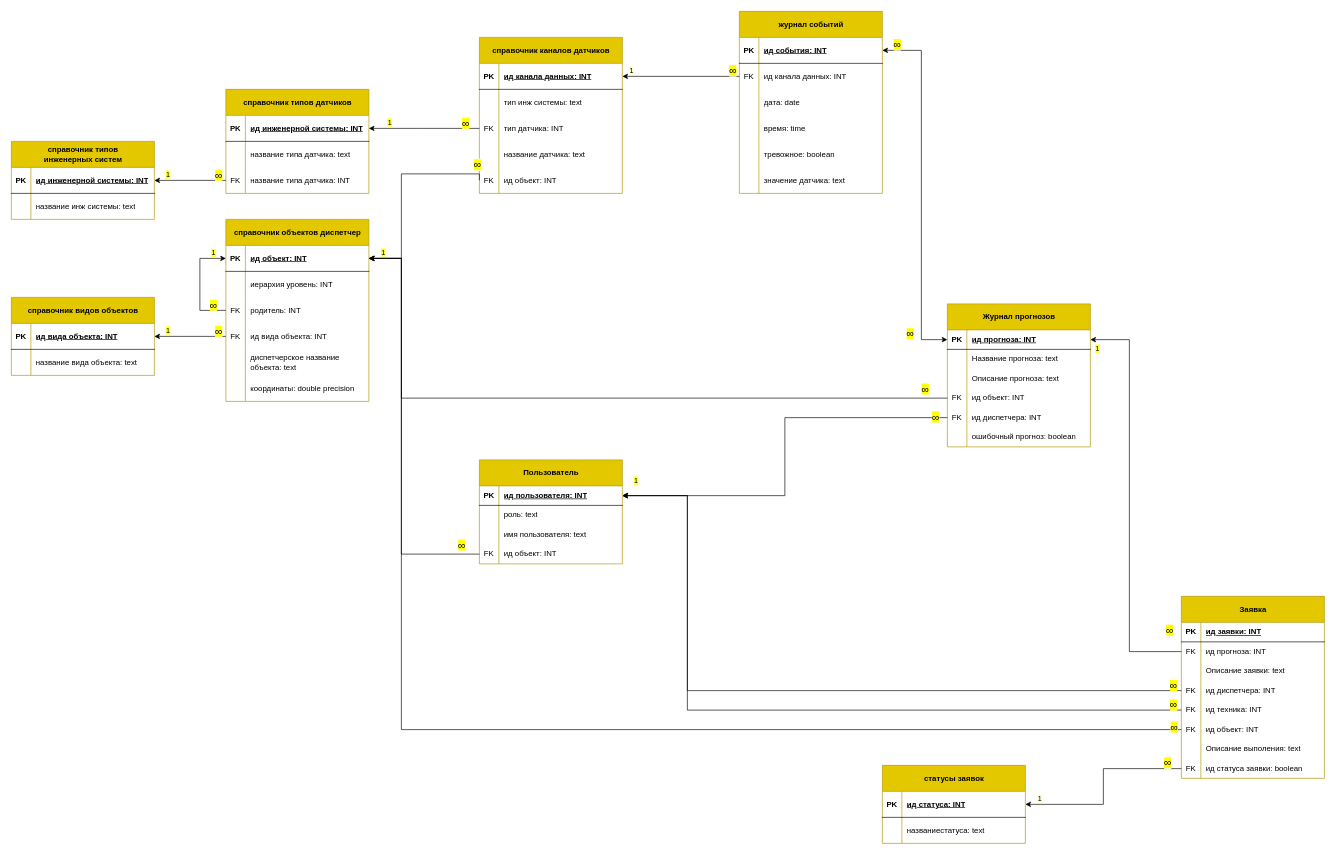
Before: page "ERL" (2 of 3) of docs/diagram/ER.drawio in sa100h/lct, a draw.io diagram. Source tidied: cells renumbered, new cells numbered last; positions are measured from the earlier drawing's top-left corner, leaving out a move shared by most shapes. Both pictures are drawn from the tidied source at 65%, with x=0, y=0 at pixel (11, 11).
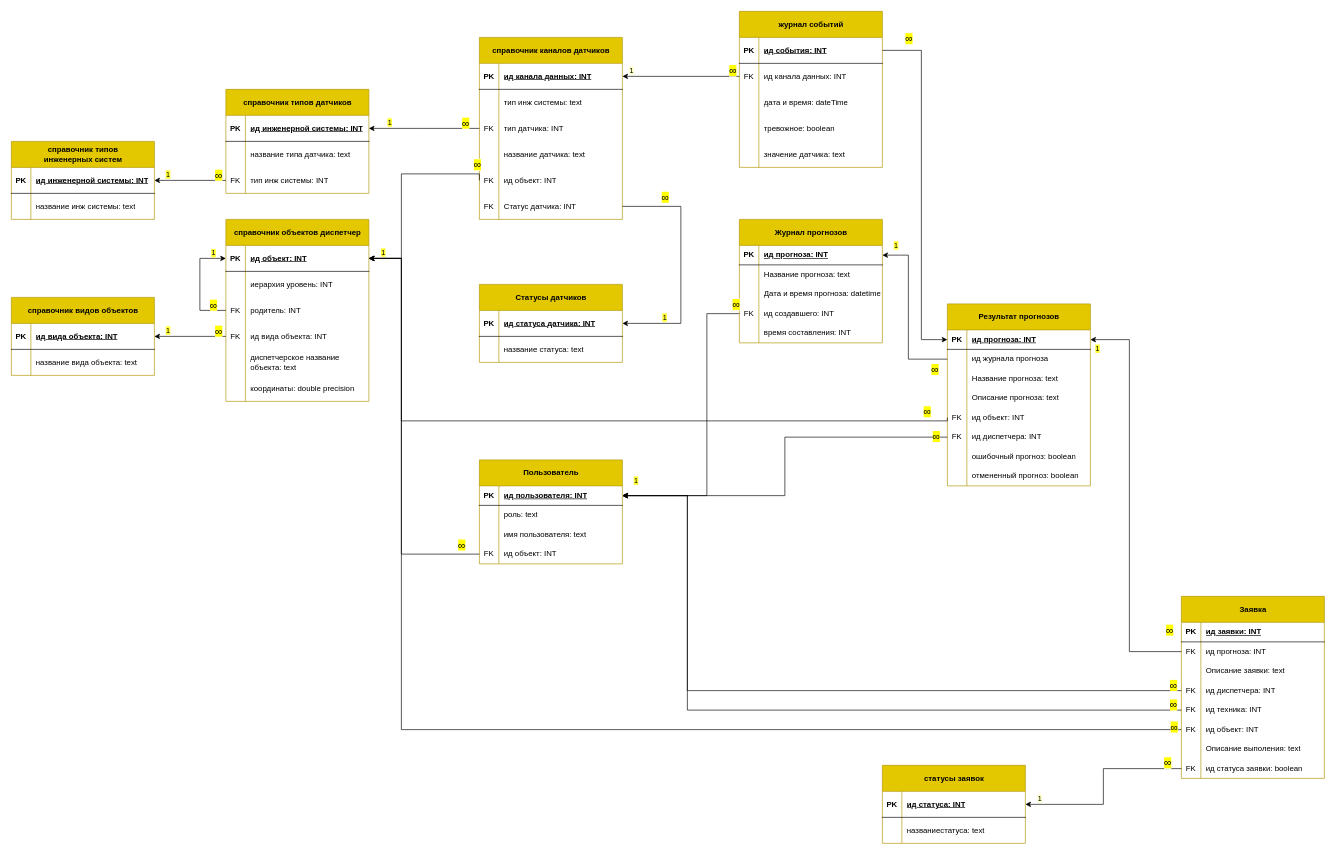
Above is the later version.

Commit message (it also covers changes not shown here):
Update diagrams (ER and BPMN)

Unchanged cells that the change refers to:
```xml
<mxCell id="3" style="shape=tableRow;horizontal=0;startSize=0;swimlaneHead=0;swimlaneBody=0;fillColor=none;points=[[0,0.5],[1,0.5]];portConstraint=eastwest;top=0;left=0;right=0;bottom=1;" parent="2" vertex="1">
  <mxGeometry y="40" width="220" height="40" as="geometry" />
</mxCell>
<mxCell id="41" style="shape=tableRow;horizontal=0;startSize=0;swimlaneHead=0;swimlaneBody=0;fillColor=none;points=[[0,0.5],[1,0.5]];portConstraint=eastwest;top=0;left=0;right=0;bottom=1;" parent="40" vertex="1">
  <mxGeometry y="40" width="220" height="40" as="geometry" />
</mxCell>
<mxCell id="47" style="shape=tableRow;horizontal=0;startSize=0;swimlaneHead=0;swimlaneBody=0;fillColor=none;top=0;left=0;right=0;bottom=0;" parent="40" vertex="1">
  <mxGeometry y="120" width="220" height="40" as="geometry" />
</mxCell>
<mxCell id="60" style="shape=tableRow;horizontal=0;startSize=0;swimlaneHead=0;swimlaneBody=0;fillColor=none;points=[[0,0.5],[1,0.5]];portConstraint=eastwest;top=0;left=0;right=0;bottom=1;" parent="59" vertex="1">
  <mxGeometry y="40" width="220" height="30" as="geometry" />
</mxCell>
<mxCell id="81" style="shape=tableRow;horizontal=0;startSize=0;swimlaneHead=0;swimlaneBody=0;fillColor=none;points=[[0,0.5],[1,0.5]];portConstraint=eastwest;top=0;left=0;right=0;bottom=1;" parent="80" vertex="1">
  <mxGeometry y="40" width="220" height="30" as="geometry" />
</mxCell>
<mxCell id="84" style="shape=tableRow;horizontal=0;startSize=0;swimlaneHead=0;swimlaneBody=0;fillColor=none;points=[[0,0.5],[1,0.5]];portConstraint=eastwest;top=0;left=0;right=0;bottom=0;" parent="80" vertex="1">
  <mxGeometry y="70" width="220" height="30" as="geometry" />
</mxCell>
<mxCell id="125" style="shape=tableRow;horizontal=0;startSize=0;swimlaneHead=0;swimlaneBody=0;fillColor=none;points=[[0,0.5],[1,0.5]];portConstraint=eastwest;top=0;left=0;right=0;bottom=0;" parent="118" vertex="1">
  <mxGeometry y="120" width="220" height="40" as="geometry" />
</mxCell>
```

Diff of the diagram source:
```diff
@@
     <mxCell id="21" value="справочник каналов датчиков" style="shape=table;startSize=40;childLayout=tableLayout;rowLines=0;fontStyle=1;align=center;html=1;fillColor=#e3c800;fontColor=#000000;strokeColor=#B09500;" parent="1" vertex="1">
-      <mxGeometry x="720" y="40" width="220" height="240" as="geometry" />
+      <mxGeometry x="720" y="40" width="220" height="280" as="geometry" />
     </mxCell>
@@
+    <mxCell id="184" style="shape=tableRow;horizontal=0;startSize=0;swimlaneHead=0;swimlaneBody=0;fillColor=none;points=[[0,0.5],[1,0.5]];portConstraint=eastwest;top=0;left=0;right=0;bottom=0;" parent="21" vertex="1">
+      <mxGeometry y="240" width="220" height="40" as="geometry" />
+    </mxCell>
+    <mxCell id="185" value="FK" style="shape=partialRectangle;fillColor=none;top=0;left=0;bottom=0;right=0;overflow=hidden;whiteSpace=wrap;html=1;" parent="184" vertex="1">
+      <mxGeometry width="30" height="40" as="geometry" />
+    </mxCell>
+    <mxCell id="186" value="Статус датчика: INT" style="shape=partialRectangle;fillColor=none;top=0;left=0;bottom=0;right=0;align=left;spacingLeft=6;overflow=hidden;whiteSpace=wrap;html=1;" parent="184" vertex="1">
+      <mxGeometry x="30" width="190" height="40" as="geometry" />
+    </mxCell>
@@
     <mxCell id="40" value="журнал событий" style="shape=table;startSize=40;childLayout=tableLayout;rowLines=0;fontStyle=1;align=center;html=1;fillColor=#e3c800;fontColor=#000000;strokeColor=#B09500;" parent="1" vertex="1">
-      <mxGeometry x="1120" width="220" height="280" as="geometry" />
+      <mxGeometry x="1120" width="220" height="240" as="geometry" />
     </mxCell>
@@
-    <mxCell id="49" value="дата: date" style="shape=partialRectangle;fillColor=none;top=0;left=0;bottom=0;right=0;align=left;spacingLeft=6;overflow=hidden;whiteSpace=wrap;html=1;" parent="47" vertex="1">
+    <mxCell id="49" value="дата и время: dateTime" style="shape=partialRectangle;fillColor=none;top=0;left=0;bottom=0;right=0;align=left;spacingLeft=6;overflow=hidden;whiteSpace=wrap;html=1;" parent="47" vertex="1">
       <mxGeometry x="30" width="190" height="40" as="geometry" />
     </mxCell>
-    <mxCell id="50" style="shape=tableRow;horizontal=0;startSize=0;swimlaneHead=0;swimlaneBody=0;fillColor=none;top=0;left=0;right=0;bottom=0;" parent="40" vertex="1">
-      <mxGeometry y="160" width="220" height="40" as="geometry" />
-    </mxCell>
-    <mxCell id="51" style="shape=partialRectangle;fillColor=none;top=0;left=0;bottom=0;right=0;overflow=hidden;whiteSpace=wrap;html=1;" parent="50" vertex="1">
-      <mxGeometry width="30" height="40" as="geometry" />
-    </mxCell>
-    <mxCell id="52" value="время: time" style="shape=partialRectangle;fillColor=none;top=0;left=0;bottom=0;right=0;align=left;spacingLeft=6;overflow=hidden;whiteSpace=wrap;html=1;" parent="50" vertex="1">
-      <mxGeometry x="30" width="190" height="40" as="geometry" />
-    </mxCell>
     <mxCell id="53" style="shape=tableRow;horizontal=0;startSize=0;swimlaneHead=0;swimlaneBody=0;fillColor=none;top=0;left=0;right=0;bottom=0;" parent="40" vertex="1">
-      <mxGeometry y="200" width="220" height="40" as="geometry" />
+      <mxGeometry y="160" width="220" height="40" as="geometry" />
     </mxCell>
@@
     <mxCell id="56" style="shape=tableRow;horizontal=0;startSize=0;swimlaneHead=0;swimlaneBody=0;fillColor=none;top=0;left=0;right=0;bottom=0;" parent="40" vertex="1">
-      <mxGeometry y="240" width="220" height="40" as="geometry" />
+      <mxGeometry y="200" width="220" height="40" as="geometry" />
     </mxCell>
@@
-    <mxCell id="80" value="Журнал прогнозов" style="shape=table;startSize=40;childLayout=tableLayout;rowLines=0;fontStyle=1;align=center;html=1;fillColor=#e3c800;fontColor=#000000;strokeColor=#B09500;" parent="1" vertex="1">
-      <mxGeometry x="1440" y="450" width="220" height="220" as="geometry" />
+    <mxCell id="80" value="Результат прогнозов" style="shape=table;startSize=40;childLayout=tableLayout;rowLines=0;fontStyle=1;align=center;html=1;fillColor=#e3c800;fontColor=#000000;strokeColor=#B09500;" parent="1" vertex="1">
+      <mxGeometry x="1440" y="450" width="220" height="280" as="geometry" />
     </mxCell>
@@
-    <mxCell id="86" value="Название прогноза: text" style="shape=partialRectangle;fillColor=none;top=0;left=0;bottom=0;right=0;align=left;spacingLeft=6;overflow=hidden;whiteSpace=wrap;html=1;" parent="84" vertex="1">
+    <mxCell id="86" value="ид журнала прогноза" style="shape=partialRectangle;fillColor=none;top=0;left=0;bottom=0;right=0;align=left;spacingLeft=6;overflow=hidden;whiteSpace=wrap;html=1;" parent="84" vertex="1">
       <mxGeometry x="30" width="190" height="30" as="geometry" />
     </mxCell>
+    <mxCell id="187" style="shape=tableRow;horizontal=0;startSize=0;swimlaneHead=0;swimlaneBody=0;fillColor=none;top=0;left=0;right=0;bottom=0;" parent="80" vertex="1">
+      <mxGeometry y="100" width="220" height="30" as="geometry" />
+    </mxCell>
+    <mxCell id="188" style="shape=partialRectangle;fillColor=none;top=0;left=0;bottom=0;right=0;overflow=hidden;whiteSpace=wrap;html=1;" parent="187" vertex="1">
+      <mxGeometry width="30" height="30" as="geometry" />
+    </mxCell>
+    <mxCell id="189" value="Название прогноза: text" style="shape=partialRectangle;fillColor=none;top=0;left=0;bottom=0;right=0;align=left;spacingLeft=6;overflow=hidden;whiteSpace=wrap;html=1;" parent="187" vertex="1">
+      <mxGeometry x="30" width="190" height="30" as="geometry" />
+    </mxCell>
     <mxCell id="87" style="shape=tableRow;horizontal=0;startSize=0;swimlaneHead=0;swimlaneBody=0;fillColor=none;top=0;left=0;right=0;bottom=0;" parent="80" vertex="1">
-      <mxGeometry y="100" width="220" height="30" as="geometry" />
+      <mxGeometry y="130" width="220" height="30" as="geometry" />
     </mxCell>
@@
     <mxCell id="90" style="shape=tableRow;horizontal=0;startSize=0;swimlaneHead=0;swimlaneBody=0;fillColor=none;points=[[0,0.5],[1,0.5]];portConstraint=eastwest;top=0;left=0;right=0;bottom=0;" parent="80" vertex="1">
-      <mxGeometry y="130" width="220" height="30" as="geometry" />
+      <mxGeometry y="160" width="220" height="30" as="geometry" />
     </mxCell>
@@
     <mxCell id="93" style="shape=tableRow;horizontal=0;startSize=0;swimlaneHead=0;swimlaneBody=0;fillColor=none;points=[[0,0.5],[1,0.5]];portConstraint=eastwest;top=0;left=0;right=0;bottom=0;" parent="80" vertex="1">
-      <mxGeometry y="160" width="220" height="30" as="geometry" />
+      <mxGeometry y="190" width="220" height="30" as="geometry" />
     </mxCell>
@@
     <mxCell id="96" style="shape=tableRow;horizontal=0;startSize=0;swimlaneHead=0;swimlaneBody=0;fillColor=none;top=0;left=0;right=0;bottom=0;" parent="80" vertex="1">
-      <mxGeometry y="190" width="220" height="30" as="geometry" />
+      <mxGeometry y="220" width="220" height="30" as="geometry" />
     </mxCell>
@@
-    <mxCell id="99" style="edgeStyle=orthogonalEdgeStyle;rounded=0;jettySize=auto;html=1;entryX=0;entryY=0.5;entryDx=0;entryDy=0;exitX=1;exitY=0.5;exitDx=0;exitDy=0;startArrow=classic;startFill=1;" parent="1" edge="1" source="41" target="81">
-      <mxGeometry relative="1" as="geometry">
-        <Array as="points">
-          <mxPoint x="1400" y="60" />
-          <mxPoint x="1400" y="505" />
-        </Array>
-      </mxGeometry>
-    </mxCell>
-    <mxCell id="100" value="&lt;span style=&quot;color: rgb(0, 0, 0); font-family: &amp;quot;Google Sans&amp;quot;, Arial, sans-serif, &amp;quot;Noto Color Emoji&amp;quot;; font-size: 16px; background-color: rgb(255, 255, 0);&quot;&gt;∞&lt;/span&gt;" style="edgeLabel;html=1;align=center;verticalAlign=middle;" parent="99" vertex="1">
-      <mxGeometry x="-0.82" relative="1" as="geometry">
-        <mxPoint x="-27" y="-10" as="offset" />
-      </mxGeometry>
-    </mxCell>
-    <mxCell id="101" value="&lt;span style=&quot;font-family: &amp;quot;Google Sans&amp;quot;, Arial, sans-serif, &amp;quot;Noto Color Emoji&amp;quot;; font-size: 16px; background-color: rgb(255, 255, 0);&quot;&gt;∞&lt;/span&gt;" style="edgeLabel;html=1;align=center;verticalAlign=middle;labelBackgroundColor=light-dark(#FFFFCC,#FFFF33);fontColor=#000000;" parent="99" vertex="1">
-      <mxGeometry x="0.86" relative="1" as="geometry">
-        <mxPoint x="-20" y="-10" as="offset" />
-      </mxGeometry>
-    </mxCell>
+    <mxCell id="190" style="shape=tableRow;horizontal=0;startSize=0;swimlaneHead=0;swimlaneBody=0;fillColor=none;top=0;left=0;right=0;bottom=0;" parent="80" vertex="1">
+      <mxGeometry y="250" width="220" height="30" as="geometry" />
+    </mxCell>
+    <mxCell id="191" style="shape=partialRectangle;fillColor=none;top=0;left=0;bottom=0;right=0;overflow=hidden;whiteSpace=wrap;html=1;" parent="190" vertex="1">
+      <mxGeometry width="30" height="30" as="geometry" />
+    </mxCell>
+    <mxCell id="192" value="отмененный прогноз: boolean" style="shape=partialRectangle;fillColor=none;top=0;left=0;bottom=0;right=0;align=left;spacingLeft=6;overflow=hidden;whiteSpace=wrap;html=1;" parent="190" vertex="1">
+      <mxGeometry x="30" width="190" height="30" as="geometry" />
+    </mxCell>
     <mxCell id="102" style="edgeStyle=orthogonalEdgeStyle;rounded=0;jettySize=auto;html=1;exitX=0;exitY=0.5;exitDx=0;exitDy=0;entryX=1;entryY=0.5;entryDx=0;entryDy=0;" parent="1" edge="1" source="90" target="3">
       <mxGeometry relative="1" as="geometry">
         <Array as="points">
-          <mxPoint x="600" y="595" />
+          <mxPoint x="1440" y="630" />
+          <mxPoint x="600" y="630" />
           <mxPoint x="600" y="380" />
         </Array>
       </mxGeometry>
     </mxCell>
@@
-    <mxCell id="127" value="название типа датчика: INT" style="shape=partialRectangle;fillColor=none;top=0;left=0;bottom=0;right=0;align=left;spacingLeft=6;overflow=hidden;whiteSpace=wrap;html=1;" parent="125" vertex="1">
+    <mxCell id="127" value="тип инж системы: INT" style="shape=partialRectangle;fillColor=none;top=0;left=0;bottom=0;right=0;align=left;spacingLeft=6;overflow=hidden;whiteSpace=wrap;html=1;" parent="125" vertex="1">
       <mxGeometry x="30" width="190" height="40" as="geometry" />
     </mxCell>
@@
+    <mxCell id="193" value="Статусы датчиков" style="shape=table;startSize=40;childLayout=tableLayout;rowLines=0;fontStyle=1;align=center;html=1;fillColor=#e3c800;fontColor=#000000;strokeColor=#B09500;" parent="1" vertex="1">
+      <mxGeometry x="720" y="420" width="220" height="120" as="geometry" />
+    </mxCell>
+    <mxCell id="194" style="shape=tableRow;horizontal=0;startSize=0;swimlaneHead=0;swimlaneBody=0;fillColor=none;points=[[0,0.5],[1,0.5]];portConstraint=eastwest;top=0;left=0;right=0;bottom=1;" parent="193" vertex="1">
+      <mxGeometry y="40" width="220" height="40" as="geometry" />
+    </mxCell>
+    <mxCell id="195" value="PK" style="shape=partialRectangle;fillColor=none;top=0;left=0;bottom=0;right=0;fontStyle=1;overflow=hidden;whiteSpace=wrap;html=1;" parent="194" vertex="1">
+      <mxGeometry width="30" height="40" as="geometry" />
+    </mxCell>
+    <mxCell id="196" value="ид статуса датчика: INT" style="shape=partialRectangle;fillColor=none;top=0;left=0;bottom=0;right=0;align=left;spacingLeft=6;fontStyle=5;overflow=hidden;whiteSpace=wrap;html=1;" parent="194" vertex="1">
+      <mxGeometry x="30" width="190" height="40" as="geometry" />
+    </mxCell>
+    <mxCell id="197" style="shape=tableRow;horizontal=0;startSize=0;swimlaneHead=0;swimlaneBody=0;fillColor=none;top=0;left=0;right=0;bottom=0;" parent="193" vertex="1">
+      <mxGeometry y="80" width="220" height="40" as="geometry" />
+    </mxCell>
+    <mxCell id="51" style="shape=partialRectangle;fillColor=none;top=0;left=0;bottom=0;right=0;overflow=hidden;whiteSpace=wrap;html=1;" parent="197" vertex="1">
+      <mxGeometry width="30" height="40" as="geometry" />
+    </mxCell>
+    <mxCell id="198" value="название статуса: text" style="shape=partialRectangle;fillColor=none;top=0;left=0;bottom=0;right=0;align=left;spacingLeft=6;overflow=hidden;whiteSpace=wrap;html=1;" parent="197" vertex="1">
+      <mxGeometry x="30" width="190" height="40" as="geometry" />
+    </mxCell>
+    <mxCell id="199" style="edgeStyle=orthogonalEdgeStyle;rounded=0;jettySize=auto;html=1;exitX=1;exitY=0.5;exitDx=0;exitDy=0;entryX=1;entryY=0.5;entryDx=0;entryDy=0;" parent="1" edge="1" source="184" target="194">
+      <mxGeometry relative="1" as="geometry">
+        <Array as="points">
+          <mxPoint x="1030" y="300.6" />
+          <mxPoint x="1030" y="480.6" />
+        </Array>
+      </mxGeometry>
+    </mxCell>
+    <mxCell id="200" value="1" style="edgeLabel;html=1;align=center;verticalAlign=middle;labelBackgroundColor=#FFFF33;fontColor=#000000;" parent="199" vertex="1">
+      <mxGeometry x="0.65" y="-3" relative="1" as="geometry">
+        <mxPoint x="1" y="-7" as="offset" />
+      </mxGeometry>
+    </mxCell>
+    <mxCell id="201" value="&lt;mark style=&quot;font-family: &amp;quot;Google Sans&amp;quot;, Arial, sans-serif, &amp;quot;Noto Color Emoji&amp;quot;; font-size: 16px; margin: 0px; border-bottom: 0px rgb(238, 240, 255);&quot; class=&quot;MAeH&quot;&gt;∞&lt;/mark&gt;" style="edgeLabel;html=1;align=center;verticalAlign=middle;" parent="199" vertex="1">
+      <mxGeometry x="-0.67" y="3" relative="1" as="geometry">
+        <mxPoint x="6" y="-12" as="offset" />
+      </mxGeometry>
+    </mxCell>
+    <mxCell id="202" value="Журнал прогнозов" style="shape=table;startSize=40;childLayout=tableLayout;rowLines=0;fontStyle=1;align=center;html=1;fillColor=#e3c800;fontColor=#000000;strokeColor=#B09500;" parent="1" vertex="1">
+      <mxGeometry x="1120" y="320" width="220" height="190" as="geometry" />
+    </mxCell>
+    <mxCell id="203" style="shape=tableRow;horizontal=0;startSize=0;swimlaneHead=0;swimlaneBody=0;fillColor=none;points=[[0,0.5],[1,0.5]];portConstraint=eastwest;top=0;left=0;right=0;bottom=1;" parent="202" vertex="1">
+      <mxGeometry y="40" width="220" height="30" as="geometry" />
+    </mxCell>
+    <mxCell id="204" value="PK" style="shape=partialRectangle;fillColor=none;top=0;left=0;bottom=0;right=0;fontStyle=1;overflow=hidden;whiteSpace=wrap;html=1;" parent="203" vertex="1">
+      <mxGeometry width="30" height="30" as="geometry" />
+    </mxCell>
+    <mxCell id="205" value="ид прогноза: INT" style="shape=partialRectangle;fillColor=none;top=0;left=0;bottom=0;right=0;align=left;spacingLeft=6;fontStyle=5;overflow=hidden;whiteSpace=wrap;html=1;" parent="203" vertex="1">
+      <mxGeometry x="30" width="190" height="30" as="geometry" />
+    </mxCell>
+    <mxCell id="206" style="shape=tableRow;horizontal=0;startSize=0;swimlaneHead=0;swimlaneBody=0;fillColor=none;top=0;left=0;right=0;bottom=0;" parent="202" vertex="1">
+      <mxGeometry y="70" width="220" height="30" as="geometry" />
+    </mxCell>
+    <mxCell id="207" style="shape=partialRectangle;fillColor=none;top=0;left=0;bottom=0;right=0;overflow=hidden;whiteSpace=wrap;html=1;" parent="206" vertex="1">
+      <mxGeometry width="30" height="30" as="geometry" />
+    </mxCell>
+    <mxCell id="208" value="Название прогноза: text" style="shape=partialRectangle;fillColor=none;top=0;left=0;bottom=0;right=0;align=left;spacingLeft=6;overflow=hidden;whiteSpace=wrap;html=1;" parent="206" vertex="1">
+      <mxGeometry x="30" width="190" height="30" as="geometry" />
+    </mxCell>
+    <mxCell id="209" style="shape=tableRow;horizontal=0;startSize=0;swimlaneHead=0;swimlaneBody=0;fillColor=none;top=0;left=0;right=0;bottom=0;" parent="202" vertex="1">
+      <mxGeometry y="100" width="220" height="30" as="geometry" />
+    </mxCell>
+    <mxCell id="210" style="shape=partialRectangle;fillColor=none;top=0;left=0;bottom=0;right=0;overflow=hidden;whiteSpace=wrap;html=1;" parent="209" vertex="1">
+      <mxGeometry width="30" height="30" as="geometry" />
+    </mxCell>
+    <mxCell id="211" value="Дата и время прогноза: datetime" style="shape=partialRectangle;fillColor=none;top=0;left=0;bottom=0;right=0;align=left;spacingLeft=6;overflow=hidden;whiteSpace=wrap;html=1;" parent="209" vertex="1">
+      <mxGeometry x="30" width="190" height="30" as="geometry" />
+    </mxCell>
+    <mxCell id="212" style="shape=tableRow;horizontal=0;startSize=0;swimlaneHead=0;swimlaneBody=0;fillColor=none;points=[[0,0.5],[1,0.5]];portConstraint=eastwest;top=0;left=0;right=0;bottom=0;" parent="202" vertex="1">
+      <mxGeometry y="130" width="220" height="30" as="geometry" />
+    </mxCell>
+    <mxCell id="213" value="FK" style="shape=partialRectangle;fillColor=none;top=0;left=0;bottom=0;right=0;overflow=hidden;whiteSpace=wrap;html=1;" parent="212" vertex="1">
+      <mxGeometry width="30" height="30" as="geometry" />
+    </mxCell>
+    <mxCell id="214" value="ид создавшего: INT" style="shape=partialRectangle;fillColor=none;top=0;left=0;bottom=0;right=0;align=left;spacingLeft=6;overflow=hidden;whiteSpace=wrap;html=1;" parent="212" vertex="1">
+      <mxGeometry x="30" width="190" height="30" as="geometry" />
+    </mxCell>
+    <mxCell id="215" style="shape=tableRow;horizontal=0;startSize=0;swimlaneHead=0;swimlaneBody=0;fillColor=none;top=0;left=0;right=0;bottom=0;" parent="202" vertex="1">
+      <mxGeometry y="160" width="220" height="30" as="geometry" />
+    </mxCell>
+    <mxCell id="216" style="shape=partialRectangle;fillColor=none;top=0;left=0;bottom=0;right=0;overflow=hidden;whiteSpace=wrap;html=1;" parent="215" vertex="1">
+      <mxGeometry width="30" height="30" as="geometry" />
+    </mxCell>
+    <mxCell id="217" value="время составления: INT" style="shape=partialRectangle;fillColor=none;top=0;left=0;bottom=0;right=0;align=left;spacingLeft=6;overflow=hidden;whiteSpace=wrap;html=1;" parent="215" vertex="1">
+      <mxGeometry x="30" width="190" height="30" as="geometry" />
+    </mxCell>
+    <mxCell id="218" style="edgeStyle=orthogonalEdgeStyle;rounded=0;jettySize=auto;html=1;exitX=0;exitY=0.5;exitDx=0;exitDy=0;entryX=1;entryY=0.5;entryDx=0;entryDy=0;" parent="1" edge="1" source="212" target="60">
+      <mxGeometry relative="1" as="geometry">
+        <Array as="points">
+          <mxPoint x="1070" y="465" />
+          <mxPoint x="1070" y="745" />
+        </Array>
+      </mxGeometry>
+    </mxCell>
+    <mxCell id="219" value="&lt;span style=&quot;color: rgb(0, 0, 0); font-family: &amp;quot;Google Sans&amp;quot;, Arial, sans-serif, &amp;quot;Noto Color Emoji&amp;quot;; font-size: 16px; background-color: rgb(255, 255, 0);&quot;&gt;∞&lt;/span&gt;" style="edgeLabel;html=1;align=center;verticalAlign=middle;" parent="218" vertex="1">
+      <mxGeometry x="-0.91" y="2" relative="1" as="geometry">
+        <mxPoint x="15" y="-17" as="offset" />
+      </mxGeometry>
+    </mxCell>
+    <mxCell id="99" style="edgeStyle=orthogonalEdgeStyle;rounded=0;jettySize=auto;html=1;exitX=1;exitY=0.5;exitDx=0;exitDy=0;entryX=0;entryY=0.5;entryDx=0;entryDy=0;" parent="1" edge="1" source="41" target="81">
+      <mxGeometry relative="1" as="geometry">
+        <Array as="points">
+          <mxPoint x="1400" y="60" />
+          <mxPoint x="1400" y="505" />
+        </Array>
+      </mxGeometry>
+    </mxCell>
+    <mxCell id="220" value="&lt;span style=&quot;color: rgb(0, 0, 0); font-family: &amp;quot;Google Sans&amp;quot;, Arial, sans-serif, &amp;quot;Noto Color Emoji&amp;quot;; font-size: 16px; background-color: rgb(255, 255, 0);&quot;&gt;∞&lt;/span&gt;" style="edgeLabel;html=1;align=center;verticalAlign=middle;" parent="99" vertex="1">
+      <mxGeometry x="-0.91" y="2" relative="1" as="geometry">
+        <mxPoint x="15" y="-17" as="offset" />
+      </mxGeometry>
+    </mxCell>
+    <mxCell id="221" style="edgeStyle=orthogonalEdgeStyle;rounded=0;jettySize=auto;html=1;entryX=1;entryY=0.5;entryDx=0;entryDy=0;exitX=0;exitY=0.5;exitDx=0;exitDy=0;" parent="1" edge="1" source="84" target="203">
+      <mxGeometry relative="1" as="geometry">
+        <Array as="points">
+          <mxPoint x="1380" y="535" />
+          <mxPoint x="1380" y="375" />
+        </Array>
+      </mxGeometry>
+    </mxCell>
+    <mxCell id="222" value="1" style="edgeLabel;html=1;align=center;verticalAlign=middle;labelBackgroundColor=#FFFF33;fontColor=#000000;" parent="221" vertex="1">
+      <mxGeometry x="0.65" y="-3" relative="1" as="geometry">
+        <mxPoint x="-23" y="-21" as="offset" />
+      </mxGeometry>
+    </mxCell>
+    <mxCell id="223" value="&lt;mark style=&quot;font-family: &amp;quot;Google Sans&amp;quot;, Arial, sans-serif, &amp;quot;Noto Color Emoji&amp;quot;; font-size: 16px; margin: 0px; border-bottom: 0px rgb(238, 240, 255);&quot; class=&quot;MAeH&quot;&gt;∞&lt;/mark&gt;" style="edgeLabel;html=1;align=center;verticalAlign=middle;" parent="221" vertex="1">
+      <mxGeometry x="-0.67" y="3" relative="1" as="geometry">
+        <mxPoint x="23" y="12" as="offset" />
+      </mxGeometry>
+    </mxCell>
```
